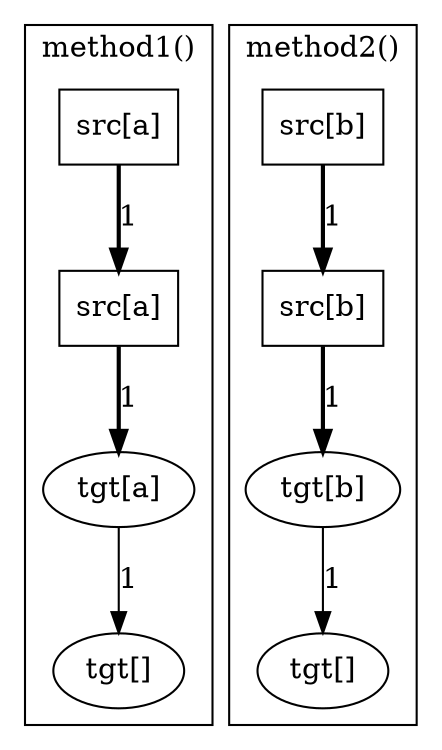
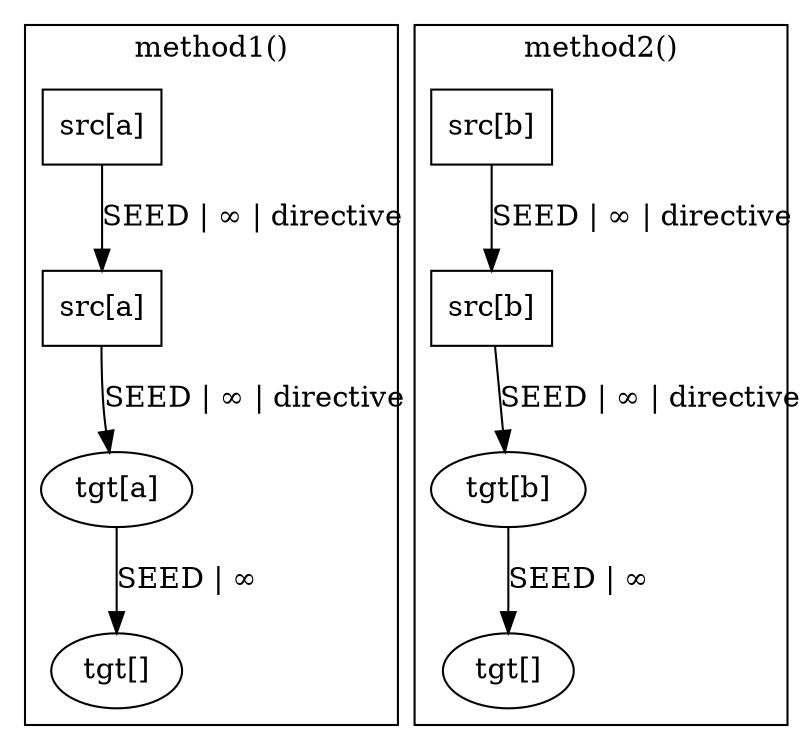
digraph "com.example.PerMethodClusters" {
  subgraph "cluster_method1()" {
    label="method1()";
-     "method1()::src[a]::String" [label="src[a]", shape=box];
-     "method1()::src[a]::?" [label="src[a]", shape=box];
-     "method1()::tgt[]::void" [label="tgt[]", shape=oval];
-     "method1()::tgt[a]::?" [label="tgt[a]", shape=oval];
+     "method1()::src[a]::String" [label="src[a]", shape="box"];
+     "method1()::src[a]::?" [label="src[a]", shape="box"];
+     "method1()::tgt[]::void" [label="tgt[]", shape="oval"];
+     "method1()::tgt[a]::?" [label="tgt[a]", shape="oval"];
  }
  subgraph "cluster_method2()" {
    label="method2()";
-     "method2()::src[b]::String" [label="src[b]", shape=box];
-     "method2()::src[b]::?" [label="src[b]", shape=box];
-     "method2()::tgt[]::void" [label="tgt[]", shape=oval];
-     "method2()::tgt[b]::?" [label="tgt[b]", shape=oval];
+     "method2()::src[b]::String" [label="src[b]", shape="box"];
+     "method2()::src[b]::?" [label="src[b]", shape="box"];
+     "method2()::tgt[]::void" [label="tgt[]", shape="oval"];
+     "method2()::tgt[b]::?" [label="tgt[b]", shape="oval"];
  }
-     "method1()::src[a]::String" -> "method1()::src[a]::?" [label="1", style=bold];
-     "method2()::src[b]::String" -> "method2()::src[b]::?" [label="1", style=bold];
-     "method1()::src[a]::?" -> "method1()::tgt[a]::?" [label="1", style=bold];
-     "method2()::src[b]::?" -> "method2()::tgt[b]::?" [label="1", style=bold];
-     "method1()::tgt[a]::?" -> "method1()::tgt[]::void" [label="1"];
-     "method2()::tgt[b]::?" -> "method2()::tgt[]::void" [label="1"];
+     "method1()::src[a]::String" -> "method1()::src[a]::?" [label="SEED | ∞ | directive", style="solid"];
+     "method2()::src[b]::String" -> "method2()::src[b]::?" [label="SEED | ∞ | directive", style="solid"];
+     "method1()::src[a]::?" -> "method1()::tgt[a]::?" [label="SEED | ∞ | directive", style="solid"];
+     "method2()::src[b]::?" -> "method2()::tgt[b]::?" [label="SEED | ∞ | directive", style="solid"];
+     "method1()::tgt[a]::?" -> "method1()::tgt[]::void" [label="SEED | ∞", style="solid"];
+     "method2()::tgt[b]::?" -> "method2()::tgt[]::void" [label="SEED | ∞", style="solid"];
}
